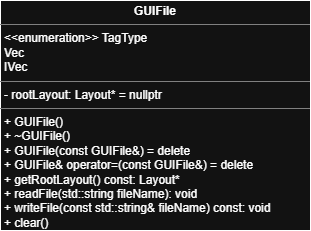
Earlier version of the draw.io export images/Milestone003_UML.png (cgreen2048/ArtHuddle). Source tidied: cells renumbered, new cells last; positions are measured from the earlier drawing's top-left corner, leaving out a move shared by most shapes.
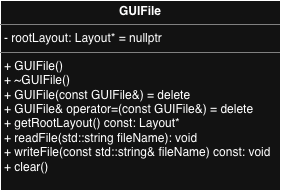
Later version of the same file.

Change to the diagram source:
```diff
@@ -2,8 +2,8 @@
   <root>
     <mxCell id="0" />
     <mxCell id="1" parent="0" />
-    <mxCell id="2" value="&lt;p style=&quot;margin:0px;margin-top:4px;text-align:center;&quot;&gt;&lt;b&gt;GUIFile&lt;/b&gt;&lt;/p&gt;&lt;hr size=&quot;1&quot; style=&quot;border-style:solid;&quot;&gt;&lt;p style=&quot;margin:0px;margin-left:4px;&quot;&gt;&amp;lt;&amp;lt;enumeration&amp;gt;&amp;gt;&amp;nbsp;&lt;span style=&quot;background-color: transparent; color: light-dark(rgb(0, 0, 0), rgb(255, 255, 255));&quot;&gt;TagType&lt;/span&gt;&lt;/p&gt;&lt;p style=&quot;margin:0px;margin-left:4px;&quot;&gt;Vec&lt;br&gt;&lt;/p&gt;&lt;p style=&quot;margin:0px;margin-left:4px;&quot;&gt;IVec&lt;/p&gt;&lt;hr size=&quot;1&quot; style=&quot;border-style: solid;&quot;&gt;&lt;p style=&quot;margin: 0px 0px 0px 4px;&quot;&gt;&lt;span style=&quot;background-color: transparent; color: light-dark(rgb(0, 0, 0), rgb(255, 255, 255));&quot;&gt;-&amp;nbsp;&lt;/span&gt;&lt;span style=&quot;background-color: transparent; color: light-dark(rgb(0, 0, 0), rgb(255, 255, 255));&quot;&gt;rootLayout:&amp;nbsp;&lt;/span&gt;&lt;span style=&quot;background-color: transparent; color: light-dark(rgb(0, 0, 0), rgb(255, 255, 255));&quot;&gt;Layout* = nullptr&lt;/span&gt;&lt;/p&gt;&lt;hr size=&quot;1&quot; style=&quot;border-style:solid;&quot;&gt;&lt;p style=&quot;margin:0px;margin-left:4px;&quot;&gt;+ GUIFile()&lt;/p&gt;&lt;p style=&quot;margin:0px;margin-left:4px;&quot;&gt;+ ~&lt;span style=&quot;background-color: transparent; color: light-dark(rgb(0, 0, 0), rgb(255, 255, 255));&quot;&gt;GUIFile()&lt;/span&gt;&lt;/p&gt;&lt;p style=&quot;margin:0px;margin-left:4px;&quot;&gt;&lt;span style=&quot;background-color: transparent; color: light-dark(rgb(0, 0, 0), rgb(255, 255, 255));&quot;&gt;+ &lt;/span&gt;&lt;span style=&quot;background-color: transparent;&quot;&gt;GUIFile(const GUIFile&amp;amp;) = delete&lt;/span&gt;&lt;/p&gt;&lt;p style=&quot;margin:0px;margin-left:4px;&quot;&gt;&lt;span style=&quot;background-color: transparent;&quot;&gt;+ &lt;/span&gt;&lt;span style=&quot;background-color: transparent;&quot;&gt;GUIFile&amp;amp; operator=(const GUIFile&amp;amp;) &lt;/span&gt;&lt;span style=&quot;background-color: transparent; color: light-dark(rgb(0, 0, 0), rgb(255, 255, 255));&quot;&gt;= delete&lt;/span&gt;&lt;/p&gt;&lt;p style=&quot;margin:0px;margin-left:4px;&quot;&gt;&lt;span style=&quot;background-color: transparent;&quot;&gt;+&amp;nbsp;&lt;/span&gt;&lt;span style=&quot;background-color: transparent;&quot;&gt;getRootLayout() const:&amp;nbsp;&lt;/span&gt;&lt;span style=&quot;background-color: transparent; color: light-dark(rgb(0, 0, 0), rgb(255, 255, 255));&quot;&gt;Layout*&lt;/span&gt;&lt;span style=&quot;background-color: transparent; color: light-dark(rgb(0, 0, 0), rgb(255, 255, 255));&quot;&gt;&amp;nbsp;&lt;/span&gt;&lt;/p&gt;&lt;p style=&quot;margin:0px;margin-left:4px;&quot;&gt;+ readFile(std::string fileName): void&lt;/p&gt;&lt;p style=&quot;margin:0px;margin-left:4px;&quot;&gt;+&amp;nbsp;writeFile(const std::string&amp;amp; fileName) const: void&lt;/p&gt;&lt;p style=&quot;margin:0px;margin-left:4px;&quot;&gt;+ clear()&lt;/p&gt;" style="verticalAlign=top;align=left;overflow=fill;html=1;whiteSpace=wrap;" parent="1" vertex="1">
-      <mxGeometry width="310" height="230" as="geometry" />
+    <mxCell id="2" value="&lt;p style=&quot;margin:0px;margin-top:4px;text-align:center;&quot;&gt;&lt;b&gt;GUIFile&lt;/b&gt;&lt;/p&gt;&lt;hr size=&quot;1&quot; style=&quot;border-style: solid;&quot;&gt;&lt;p style=&quot;margin: 0px 0px 0px 4px;&quot;&gt;&lt;span style=&quot;background-color: transparent; color: light-dark(rgb(0, 0, 0), rgb(255, 255, 255));&quot;&gt;-&amp;nbsp;&lt;/span&gt;&lt;span style=&quot;background-color: transparent; color: light-dark(rgb(0, 0, 0), rgb(255, 255, 255));&quot;&gt;rootLayout:&amp;nbsp;&lt;/span&gt;&lt;span style=&quot;background-color: transparent; color: light-dark(rgb(0, 0, 0), rgb(255, 255, 255));&quot;&gt;Layout* = nullptr&lt;/span&gt;&lt;/p&gt;&lt;hr size=&quot;1&quot; style=&quot;border-style:solid;&quot;&gt;&lt;p style=&quot;margin:0px;margin-left:4px;&quot;&gt;+ GUIFile()&lt;/p&gt;&lt;p style=&quot;margin:0px;margin-left:4px;&quot;&gt;+ ~&lt;span style=&quot;background-color: transparent; color: light-dark(rgb(0, 0, 0), rgb(255, 255, 255));&quot;&gt;GUIFile()&lt;/span&gt;&lt;/p&gt;&lt;p style=&quot;margin:0px;margin-left:4px;&quot;&gt;&lt;span style=&quot;background-color: transparent; color: light-dark(rgb(0, 0, 0), rgb(255, 255, 255));&quot;&gt;+ &lt;/span&gt;&lt;span style=&quot;background-color: transparent;&quot;&gt;GUIFile(const GUIFile&amp;amp;) = delete&lt;/span&gt;&lt;/p&gt;&lt;p style=&quot;margin:0px;margin-left:4px;&quot;&gt;&lt;span style=&quot;background-color: transparent;&quot;&gt;+ &lt;/span&gt;&lt;span style=&quot;background-color: transparent;&quot;&gt;GUIFile&amp;amp; operator=(const GUIFile&amp;amp;) &lt;/span&gt;&lt;span style=&quot;background-color: transparent; color: light-dark(rgb(0, 0, 0), rgb(255, 255, 255));&quot;&gt;= delete&lt;/span&gt;&lt;/p&gt;&lt;p style=&quot;margin:0px;margin-left:4px;&quot;&gt;&lt;span style=&quot;background-color: transparent;&quot;&gt;+&amp;nbsp;&lt;/span&gt;&lt;span style=&quot;background-color: transparent;&quot;&gt;getRootLayout() const:&amp;nbsp;&lt;/span&gt;&lt;span style=&quot;background-color: transparent; color: light-dark(rgb(0, 0, 0), rgb(255, 255, 255));&quot;&gt;Layout*&lt;/span&gt;&lt;span style=&quot;background-color: transparent; color: light-dark(rgb(0, 0, 0), rgb(255, 255, 255));&quot;&gt;&amp;nbsp;&lt;/span&gt;&lt;/p&gt;&lt;p style=&quot;margin:0px;margin-left:4px;&quot;&gt;+ readFile(std::string fileName): void&lt;/p&gt;&lt;p style=&quot;margin:0px;margin-left:4px;&quot;&gt;+&amp;nbsp;writeFile(const std::string&amp;amp; fileName) const: void&lt;/p&gt;&lt;p style=&quot;margin:0px;margin-left:4px;&quot;&gt;+ clear()&lt;/p&gt;" style="verticalAlign=top;align=left;overflow=fill;html=1;whiteSpace=wrap;" parent="1" vertex="1">
+      <mxGeometry width="280" height="190" as="geometry" />
     </mxCell>
   </root>
 </mxGraphModel>
```
